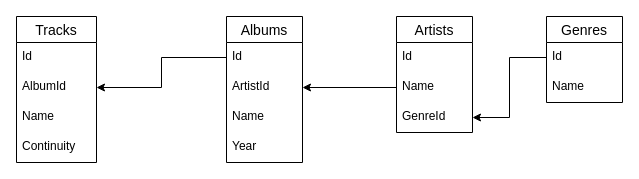
headsoft-mikhail/netology_db_1 keeps this draw.io diagram as Netology_DB_1.drawio. Above is the earlier version. Source tidied: cells renumbered, new cells numbered last; positions are measured from the earlier drawing's top-left corner, leaving out a move shared by most shapes. Both pictures are drawn from the tidied source at 100%, with x=0, y=0 at pixel (16, 16).
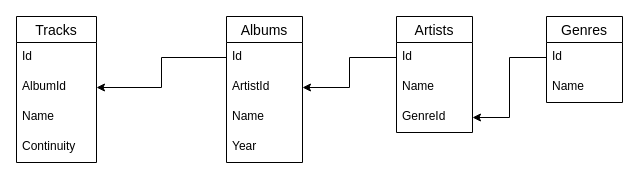
Above is the later version.

The change refers to these unchanged cells:
```xml
<mxCell id="9" value="ArtistId" style="text;strokeColor=none;fillColor=none;spacingLeft=4;spacingRight=4;overflow=hidden;points=[[0,0.5],[1,0.5]];portConstraint=eastwest;fontSize=12;" parent="7" vertex="1">
  <mxGeometry y="56" width="76" height="30" as="geometry" />
</mxCell>
<mxCell id="13" value="Id" style="text;strokeColor=none;fillColor=none;spacingLeft=4;spacingRight=4;overflow=hidden;points=[[0,0.5],[1,0.5]];portConstraint=eastwest;fontSize=12;" parent="12" vertex="1">
  <mxGeometry y="26" width="76" height="30" as="geometry" />
</mxCell>
<mxCell id="14" value="Name" style="text;strokeColor=none;fillColor=none;spacingLeft=4;spacingRight=4;overflow=hidden;points=[[0,0.5],[1,0.5]];portConstraint=eastwest;fontSize=12;" parent="12" vertex="1">
  <mxGeometry y="56" width="76" height="30" as="geometry" />
</mxCell>
```

Change to the diagram source:
```diff
@@
-    <mxCell id="16" style="edgeStyle=orthogonalEdgeStyle;rounded=0;jettySize=auto;html=1;exitX=0;exitY=0.5;exitDx=0;exitDy=0;entryX=1;entryY=0.5;entryDx=0;entryDy=0;" parent="1" edge="1" source="14" target="9">
+    <mxCell id="16" style="edgeStyle=orthogonalEdgeStyle;rounded=0;jettySize=auto;html=1;exitX=0;exitY=0.5;exitDx=0;exitDy=0;entryX=1;entryY=0.5;entryDx=0;entryDy=0;" parent="1" edge="1" source="13" target="9">
       <mxGeometry relative="1" as="geometry" />
     </mxCell>
```
